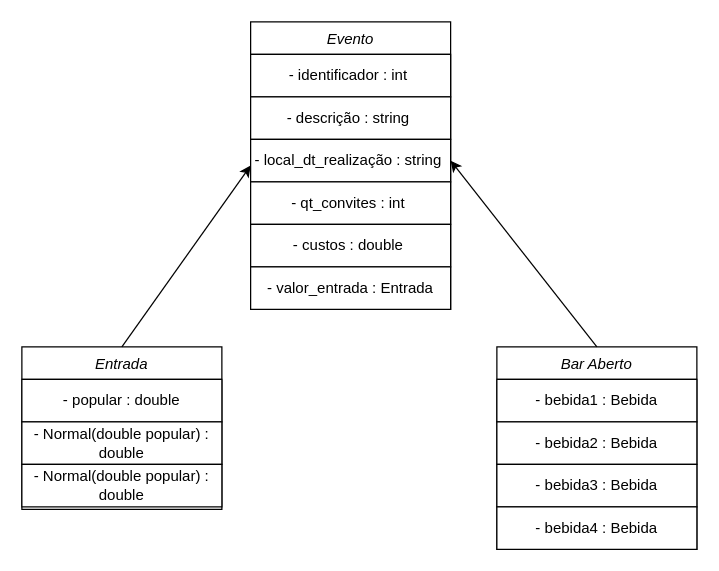
Before: C#/2 - OOP/8º_exercise/Fluxogram.drawio in SimaDinisVC/GPSI-Course-at-ESEN, a draw.io diagram. Source tidied: cells renumbered, new cells numbered last; positions are measured from the earlier drawing's top-left corner, leaving out a move shared by most shapes. Both pictures are drawn from the tidied source at 125%, with x=0, y=0 at pixel (21, 21).
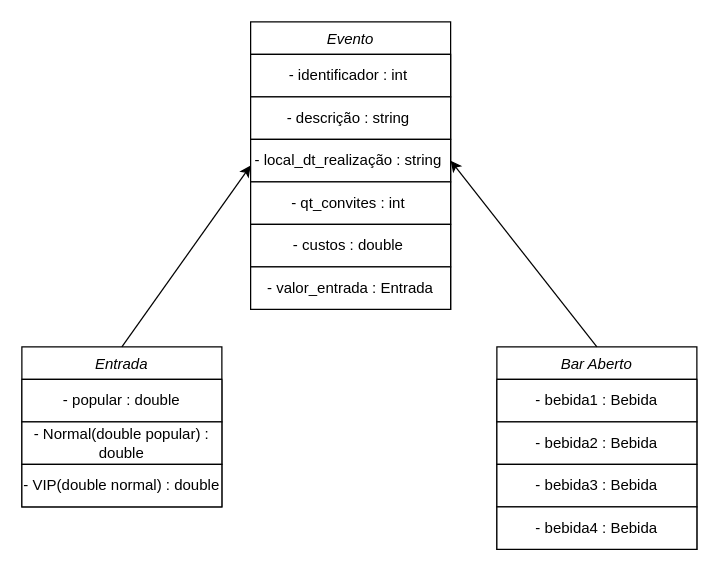
The same diagram, later.

What changed in the source:
```diff
@@
 <mxGraphModel>
   <root>
     <mxCell id="0" />
     <mxCell id="1" parent="0" />
     <mxCell id="2" value="Evento" style="swimlane;fontStyle=2;align=center;verticalAlign=top;horizontal=1;startSize=26;rounded=0;shadow=0;strokeWidth=1;" parent="1" vertex="1">
       <mxGeometry x="183" width="160" height="230" as="geometry" />
     </mxCell>
     <mxCell id="3" value="-&amp;nbsp;identificador : int&amp;nbsp;" style="rounded=0;whiteSpace=wrap;html=1;" parent="2" vertex="1">
       <mxGeometry y="26" width="160" height="34" as="geometry" />
     </mxCell>
     <mxCell id="4" value="-&amp;nbsp;descrição : string&amp;nbsp;" style="rounded=0;whiteSpace=wrap;html=1;" parent="2" vertex="1">
       <mxGeometry y="60" width="160" height="34" as="geometry" />
     </mxCell>
     <mxCell id="5" value="-&amp;nbsp;local_dt_realização : string&amp;nbsp;" style="rounded=0;whiteSpace=wrap;html=1;" parent="2" vertex="1">
       <mxGeometry y="94" width="160" height="34" as="geometry" />
     </mxCell>
     <mxCell id="6" value="- qt_convites : int&amp;nbsp;" style="rounded=0;whiteSpace=wrap;html=1;" parent="2" vertex="1">
       <mxGeometry y="128" width="160" height="34" as="geometry" />
     </mxCell>
     <mxCell id="7" value="-&amp;nbsp;custos : double&amp;nbsp;" style="rounded=0;whiteSpace=wrap;html=1;" parent="2" vertex="1">
       <mxGeometry y="162" width="160" height="34" as="geometry" />
     </mxCell>
     <mxCell id="8" value="- valor_entrada : Entrada" style="rounded=0;whiteSpace=wrap;html=1;" parent="2" vertex="1">
       <mxGeometry y="196" width="160" height="34" as="geometry" />
     </mxCell>
     <mxCell id="9" value="Bar Aberto" style="swimlane;fontStyle=2;align=center;verticalAlign=top;horizontal=1;startSize=26;rounded=0;shadow=0;strokeWidth=1;" parent="1" vertex="1">
       <mxGeometry x="380" y="260" width="160" height="162" as="geometry" />
     </mxCell>
     <mxCell id="10" value="- bebida1 : Bebida" style="rounded=0;whiteSpace=wrap;html=1;" parent="9" vertex="1">
       <mxGeometry y="26" width="160" height="34" as="geometry" />
     </mxCell>
     <mxCell id="11" value="- bebida2 : Bebida" style="rounded=0;whiteSpace=wrap;html=1;" parent="9" vertex="1">
       <mxGeometry y="60" width="160" height="34" as="geometry" />
     </mxCell>
     <mxCell id="12" value="- bebida3 : Bebida" style="rounded=0;whiteSpace=wrap;html=1;" parent="9" vertex="1">
       <mxGeometry y="94" width="160" height="34" as="geometry" />
     </mxCell>
     <mxCell id="13" value="- bebida4 : Bebida" style="rounded=0;whiteSpace=wrap;html=1;" parent="9" vertex="1">
       <mxGeometry y="128" width="160" height="34" as="geometry" />
     </mxCell>
     <mxCell id="14" style="endArrow=classic;html=1;rounded=0;exitX=0.5;exitY=0;exitDx=0;exitDy=0;entryX=1;entryY=0.5;entryDx=0;entryDy=0;" parent="1" edge="1" source="9" target="5">
       <mxGeometry relative="1" as="geometry" />
     </mxCell>
     <mxCell id="15" value="Entrada" style="swimlane;fontStyle=2;align=center;verticalAlign=top;horizontal=1;startSize=26;rounded=0;shadow=0;strokeWidth=1;" parent="1" vertex="1">
-      <mxGeometry y="260" width="160" height="130" as="geometry" />
+      <mxGeometry y="260" width="160" height="128" as="geometry" />
     </mxCell>
     <mxCell id="16" value="- popular : double" style="rounded=0;whiteSpace=wrap;html=1;" parent="15" vertex="1">
       <mxGeometry y="26" width="160" height="34" as="geometry" />
     </mxCell>
     <mxCell id="17" value="- Normal(double popular) : double" style="rounded=0;whiteSpace=wrap;html=1;" parent="15" vertex="1">
       <mxGeometry y="60" width="160" height="34" as="geometry" />
     </mxCell>
-    <mxCell id="18" value="- Normal(double popular) : double" style="rounded=0;whiteSpace=wrap;html=1;" parent="15" vertex="1">
+    <mxCell id="18" value="- VIP(double normal) : double" style="rounded=0;whiteSpace=wrap;html=1;" parent="15" vertex="1">
       <mxGeometry y="94" width="160" height="34" as="geometry" />
     </mxCell>
     <mxCell id="19" style="endArrow=classic;html=1;rounded=0;exitX=0.5;exitY=0;exitDx=0;exitDy=0;entryX=0;entryY=0.5;entryDx=0;entryDy=0;" parent="1" edge="1" source="15" target="2">
       <mxGeometry relative="1" as="geometry" />
     </mxCell>
   </root>
 </mxGraphModel>
```
